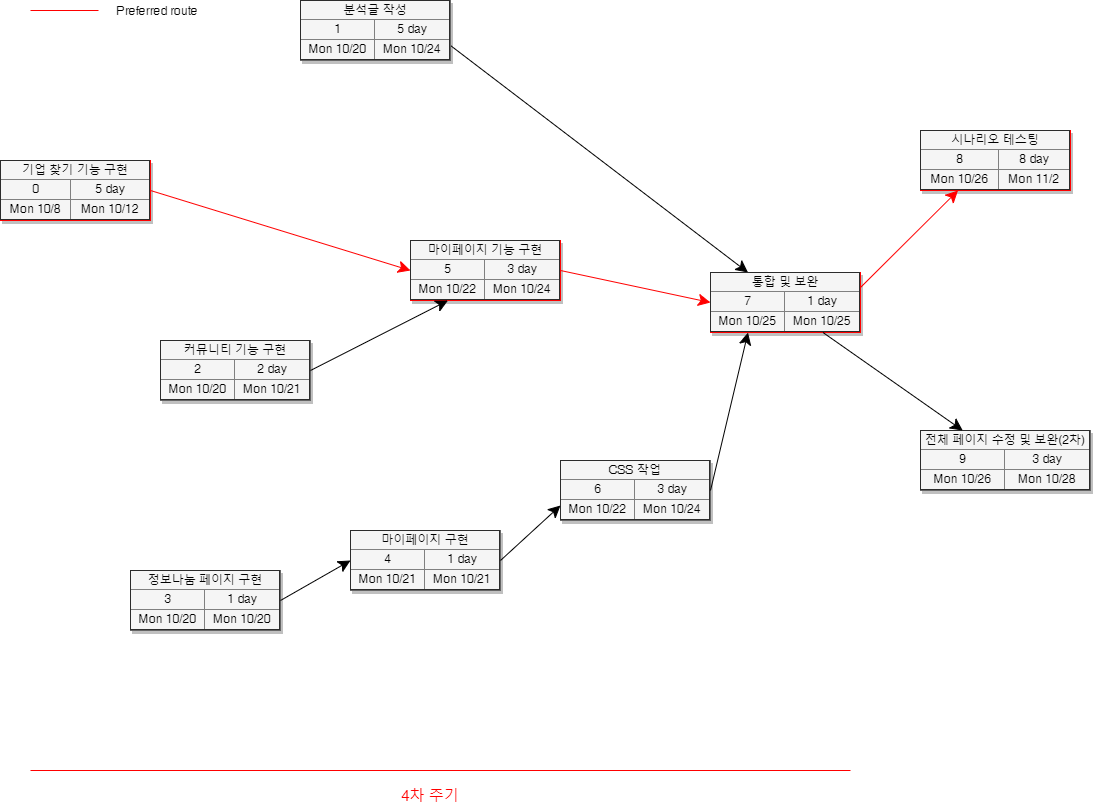
DrawGreen2021/Presentation keeps this draw.io diagram as PertChart1-4차 주기.drawio.png. Above is the earlier version. Source tidied: cells renumbered, new cells last; positions are measured from the earlier drawing's top-left corner, leaving out a move shared by most shapes.
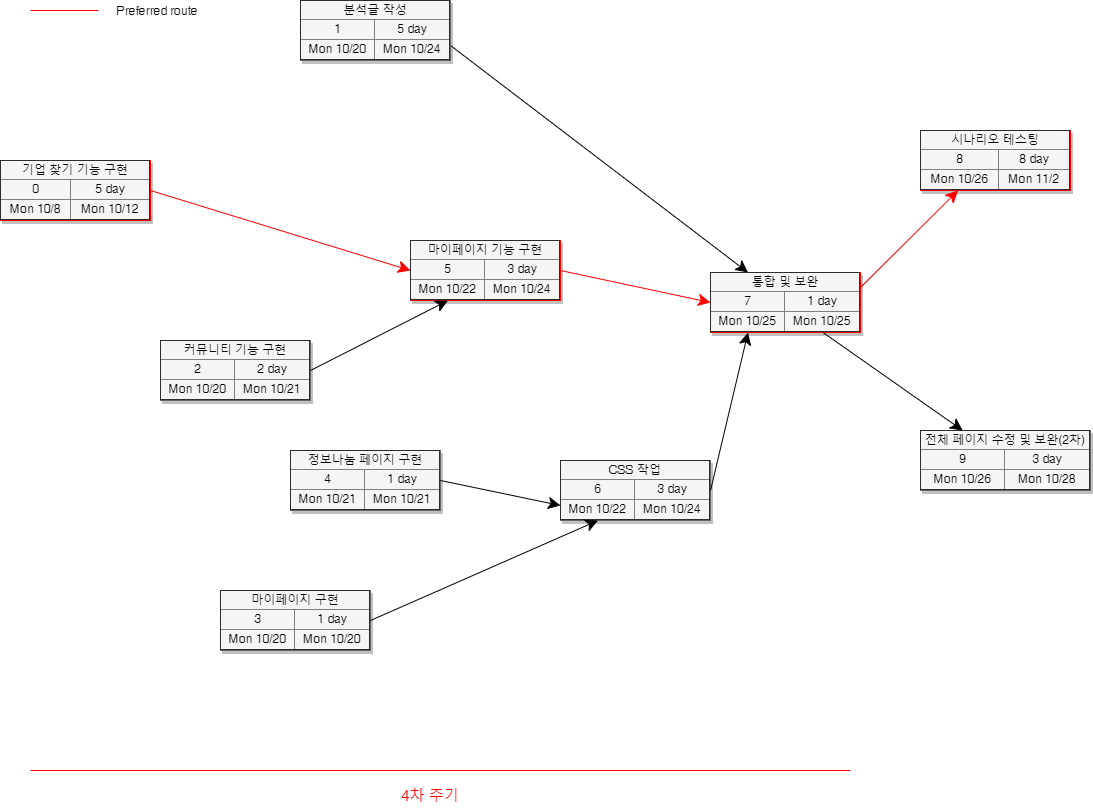
Above is the later version.

The edit, as a diff of the source:
```diff
@@ -46,13 +46,13 @@
     <mxCell id="15" style="edgeStyle=none;curved=1;html=1;startSize=10;endArrow=classic;endFill=1;endSize=10;strokeColor=#FF0000;strokeWidth=1;fontSize=12;exitX=1;exitY=0.5;exitDx=0;exitDy=0;entryX=0;entryY=0.5;entryDx=0;entryDy=0;" parent="1" edge="1" source="14" target="3">
       <mxGeometry relative="1" as="geometry" />
     </mxCell>
-    <mxCell id="16" value="&lt;table border=&quot;1&quot; width=&quot;100%&quot; style=&quot;width: 100% ; height: 100% ; border-collapse: collapse&quot;&gt;&lt;tbody&gt;&lt;tr&gt;&lt;td colspan=&quot;2&quot; align=&quot;center&quot;&gt;정보나눔 페이지 구현&lt;/td&gt;&lt;/tr&gt;&lt;tr&gt;&lt;td align=&quot;center&quot;&gt;3&lt;/td&gt;&lt;td align=&quot;center&quot;&gt;&lt;font style=&quot;font-size: 12px&quot;&gt;1 day&lt;/font&gt;&lt;/td&gt;&lt;/tr&gt;&lt;tr&gt;&lt;td align=&quot;center&quot;&gt;&lt;font style=&quot;font-size: 12px&quot;&gt;Mon 10/20&lt;/font&gt;&lt;/td&gt;&lt;td align=&quot;center&quot;&gt;&lt;font style=&quot;font-size: 12px&quot;&gt;Mon 10/20&lt;/font&gt;&lt;/td&gt;&lt;/tr&gt;&lt;/tbody&gt;&lt;/table&gt;" style="text;html=1;strokeColor=#666666;fillColor=#f5f5f5;overflow=fill;rounded=0;shadow=1;fontSize=12;align=center;" parent="1" vertex="1">
-      <mxGeometry x="130" y="570" width="150" height="60" as="geometry" />
+    <mxCell id="16" value="&lt;table border=&quot;1&quot; width=&quot;100%&quot; style=&quot;width: 100% ; height: 100% ; border-collapse: collapse&quot;&gt;&lt;tbody&gt;&lt;tr&gt;&lt;td colspan=&quot;2&quot; align=&quot;center&quot;&gt;마이페이지 구현&lt;/td&gt;&lt;/tr&gt;&lt;tr&gt;&lt;td align=&quot;center&quot;&gt;3&lt;/td&gt;&lt;td align=&quot;center&quot;&gt;&lt;font style=&quot;font-size: 12px&quot;&gt;1 day&lt;/font&gt;&lt;/td&gt;&lt;/tr&gt;&lt;tr&gt;&lt;td align=&quot;center&quot;&gt;&lt;font style=&quot;font-size: 12px&quot;&gt;Mon 10/20&lt;/font&gt;&lt;/td&gt;&lt;td align=&quot;center&quot;&gt;&lt;font style=&quot;font-size: 12px&quot;&gt;Mon 10/20&lt;/font&gt;&lt;/td&gt;&lt;/tr&gt;&lt;/tbody&gt;&lt;/table&gt;" style="text;html=1;strokeColor=#666666;fillColor=#f5f5f5;overflow=fill;rounded=0;shadow=1;fontSize=12;align=center;" parent="1" vertex="1">
+      <mxGeometry x="220" y="590" width="150" height="60" as="geometry" />
     </mxCell>
-    <mxCell id="17" value="&lt;table border=&quot;1&quot; width=&quot;100%&quot; style=&quot;width: 100% ; height: 100% ; border-collapse: collapse&quot;&gt;&lt;tbody&gt;&lt;tr&gt;&lt;td colspan=&quot;2&quot; align=&quot;center&quot;&gt;마이페이지 구현&lt;/td&gt;&lt;/tr&gt;&lt;tr&gt;&lt;td align=&quot;center&quot;&gt;4&lt;/td&gt;&lt;td align=&quot;center&quot;&gt;&lt;font style=&quot;font-size: 12px&quot;&gt;1 day&lt;/font&gt;&lt;/td&gt;&lt;/tr&gt;&lt;tr&gt;&lt;td align=&quot;center&quot;&gt;&lt;font style=&quot;font-size: 12px&quot;&gt;Mon 10/21&lt;/font&gt;&lt;/td&gt;&lt;td align=&quot;center&quot;&gt;&lt;font style=&quot;font-size: 12px&quot;&gt;Mon 10/21&lt;/font&gt;&lt;/td&gt;&lt;/tr&gt;&lt;/tbody&gt;&lt;/table&gt;" style="text;html=1;strokeColor=#666666;fillColor=#f5f5f5;overflow=fill;rounded=0;shadow=1;fontSize=12;align=center;" parent="1" vertex="1">
-      <mxGeometry x="350" y="530" width="150" height="60" as="geometry" />
+    <mxCell id="17" value="&lt;table border=&quot;1&quot; width=&quot;100%&quot; style=&quot;width: 100% ; height: 100% ; border-collapse: collapse&quot;&gt;&lt;tbody&gt;&lt;tr&gt;&lt;td colspan=&quot;2&quot; align=&quot;center&quot;&gt;정보나눔 페이지 구현&lt;/td&gt;&lt;/tr&gt;&lt;tr&gt;&lt;td align=&quot;center&quot;&gt;4&lt;/td&gt;&lt;td align=&quot;center&quot;&gt;&lt;font style=&quot;font-size: 12px&quot;&gt;1 day&lt;/font&gt;&lt;/td&gt;&lt;/tr&gt;&lt;tr&gt;&lt;td align=&quot;center&quot;&gt;&lt;font style=&quot;font-size: 12px&quot;&gt;Mon 10/21&lt;/font&gt;&lt;/td&gt;&lt;td align=&quot;center&quot;&gt;&lt;font style=&quot;font-size: 12px&quot;&gt;Mon 10/21&lt;/font&gt;&lt;/td&gt;&lt;/tr&gt;&lt;/tbody&gt;&lt;/table&gt;" style="text;html=1;strokeColor=#666666;fillColor=#f5f5f5;overflow=fill;rounded=0;shadow=1;fontSize=12;align=center;" parent="1" vertex="1">
+      <mxGeometry x="290" y="450" width="150" height="60" as="geometry" />
     </mxCell>
-    <mxCell id="18" style="edgeStyle=none;curved=1;html=1;startSize=10;endArrow=classic;endFill=1;endSize=10;strokeColor=#000000;strokeWidth=1;fontSize=12;exitX=1;exitY=0.5;exitDx=0;exitDy=0;entryX=0;entryY=0.5;entryDx=0;entryDy=0;" parent="1" edge="1" source="16" target="17">
+    <mxCell id="18" style="edgeStyle=none;curved=1;html=1;startSize=10;endArrow=classic;endFill=1;endSize=10;strokeColor=#000000;strokeWidth=1;fontSize=12;exitX=1;exitY=0.5;exitDx=0;exitDy=0;entryX=0.25;entryY=1;entryDx=0;entryDy=0;" parent="1" edge="1" source="16" target="9">
       <mxGeometry relative="1" as="geometry" />
     </mxCell>
     <mxCell id="19" style="edgeStyle=none;curved=1;html=1;startSize=10;endArrow=classic;endFill=1;endSize=10;strokeColor=#000000;strokeWidth=1;fontSize=12;exitX=1;exitY=0.5;exitDx=0;exitDy=0;entryX=0;entryY=0.75;entryDx=0;entryDy=0;" parent="1" edge="1" source="17" target="9">
```
